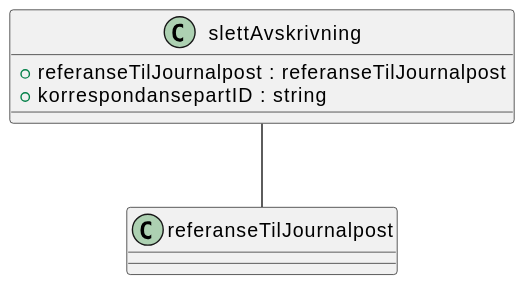
Before: Dokumentasjon/V1/SchemaModels/no/ks/fiks/arkiv/v1/arkivering/avskrivning/slett-relations.svg, a diagram exported from PlantUML (ks-no/fiks-arkiv-specification).
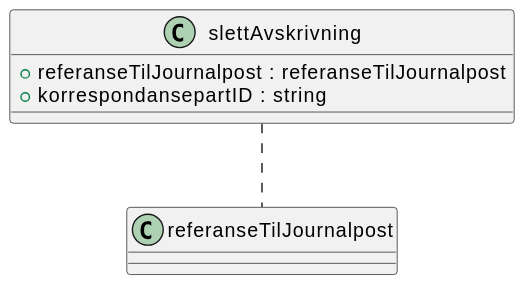
Later version of the same file.

The edit, as a diff of the source:
```diff
@@ -1,7 +1,5 @@
 @startuml
-class slettAvskrivning {
-    +referanseTilJournalpost : referanseTilJournalpost
-    +korrespondansepartID : string
-}
-slettAvskrivning -- referanseTilJournalpost
+!include slett.pu
+
+slettAvskrivning .. referanseTilJournalpost
 @enduml
```
